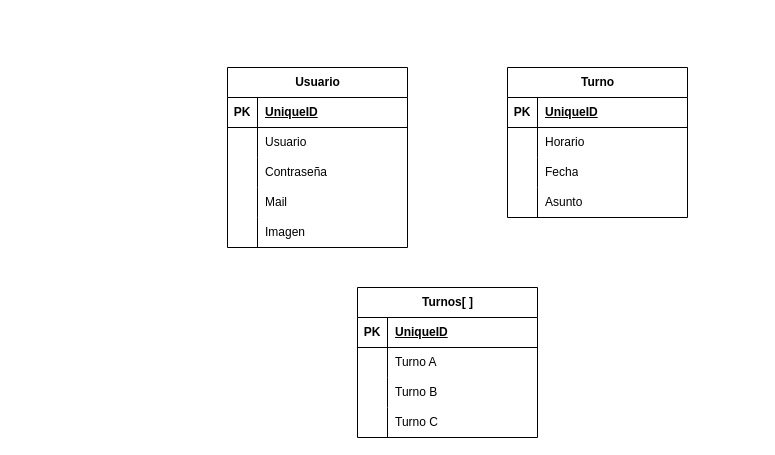
The draw.io diagram documentacion/BaseDeDatos.drawio in GabrieLZ19/SistemaTurnos, before the edit. Source tidied: cells renumbered, new cells numbered last; positions are measured from the earlier drawing's top-left corner, leaving out a move shared by most shapes. Both pictures are drawn from the tidied source at 100%, with x=0, y=0 at pixel (227, 67).
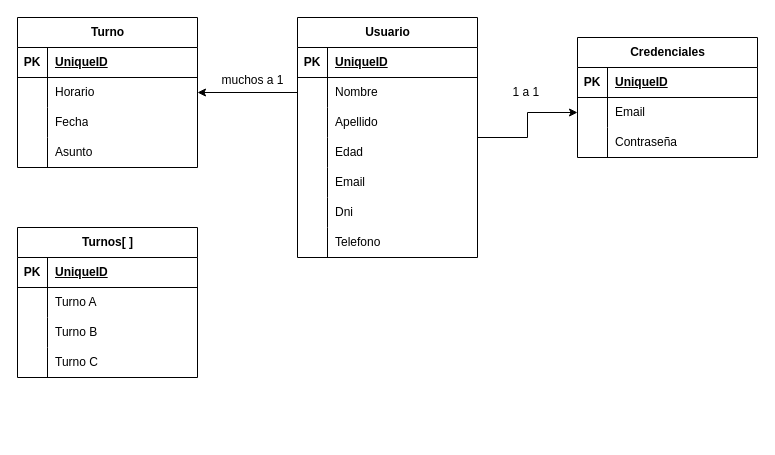
The same page after the edit.

Commit message:
Diagrama modificado

Unchanged cells that the change refers to:
```xml
<mxCell id="6" style="shape=tableRow;horizontal=0;startSize=0;swimlaneHead=0;swimlaneBody=0;fillColor=none;points=[[0,0.5],[1,0.5]];portConstraint=eastwest;top=0;left=0;right=0;bottom=0;" parent="2" vertex="1">
  <mxGeometry y="60" width="180" height="30" as="geometry" />
</mxCell>
<mxCell id="9" style="shape=tableRow;horizontal=0;startSize=0;swimlaneHead=0;swimlaneBody=0;fillColor=none;top=0;left=0;right=0;bottom=0;" parent="2" vertex="1">
  <mxGeometry y="90" width="180" height="30" as="geometry" />
</mxCell>
<mxCell id="12" style="shape=tableRow;horizontal=0;startSize=0;swimlaneHead=0;swimlaneBody=0;fillColor=none;top=0;left=0;right=0;bottom=0;" parent="2" vertex="1">
  <mxGeometry y="120" width="180" height="30" as="geometry" />
</mxCell>
<mxCell id="15" style="shape=tableRow;horizontal=0;startSize=0;swimlaneHead=0;swimlaneBody=0;fillColor=none;top=0;left=0;right=0;bottom=0;" parent="2" vertex="1">
  <mxGeometry y="150" width="180" height="30" as="geometry" />
</mxCell>
```

Change to the diagram source:
```diff
@@
+    <mxCell id="44" style="edgeStyle=orthogonalEdgeStyle;rounded=0;jettySize=auto;html=1;entryX=0;entryY=0.5;entryDx=0;entryDy=0;" parent="1" edge="1" source="2" target="56">
+      <mxGeometry relative="1" as="geometry" />
+    </mxCell>
     <mxCell id="2" value="Usuario" style="shape=table;startSize=30;childLayout=tableLayout;rowLines=0;fontStyle=1;align=center;html=1;" parent="1" vertex="1">
-      <mxGeometry width="180" height="180" as="geometry" />
+      <mxGeometry x="70" y="-50" width="180" height="240" as="geometry" />
     </mxCell>
@@
-    <mxCell id="8" value="Usuario" style="shape=partialRectangle;fillColor=none;top=0;left=0;bottom=0;right=0;align=left;spacingLeft=6;overflow=hidden;whiteSpace=wrap;html=1;" parent="6" vertex="1">
+    <mxCell id="8" value="Nombre" style="shape=partialRectangle;fillColor=none;top=0;left=0;bottom=0;right=0;align=left;spacingLeft=6;overflow=hidden;whiteSpace=wrap;html=1;" parent="6" vertex="1">
       <mxGeometry x="30" width="150" height="30" as="geometry" />
     </mxCell>
@@
-    <mxCell id="11" value="Contraseña" style="shape=partialRectangle;fillColor=none;top=0;left=0;bottom=0;right=0;align=left;spacingLeft=6;overflow=hidden;whiteSpace=wrap;html=1;" parent="9" vertex="1">
+    <mxCell id="11" value="Apellido" style="shape=partialRectangle;fillColor=none;top=0;left=0;bottom=0;right=0;align=left;spacingLeft=6;overflow=hidden;whiteSpace=wrap;html=1;" parent="9" vertex="1">
       <mxGeometry x="30" width="150" height="30" as="geometry" />
     </mxCell>
@@
-    <mxCell id="14" value="Mail" style="shape=partialRectangle;fillColor=none;top=0;left=0;bottom=0;right=0;align=left;spacingLeft=6;overflow=hidden;whiteSpace=wrap;html=1;" parent="12" vertex="1">
+    <mxCell id="14" value="Edad" style="shape=partialRectangle;fillColor=none;top=0;left=0;bottom=0;right=0;align=left;spacingLeft=6;overflow=hidden;whiteSpace=wrap;html=1;" parent="12" vertex="1">
       <mxGeometry x="30" width="150" height="30" as="geometry" />
     </mxCell>
@@
-    <mxCell id="17" value="Imagen" style="shape=partialRectangle;fillColor=none;top=0;left=0;bottom=0;right=0;align=left;spacingLeft=6;overflow=hidden;whiteSpace=wrap;html=1;" parent="15" vertex="1">
+    <mxCell id="17" value="Email" style="shape=partialRectangle;fillColor=none;top=0;left=0;bottom=0;right=0;align=left;spacingLeft=6;overflow=hidden;whiteSpace=wrap;html=1;" parent="15" vertex="1">
       <mxGeometry x="30" width="150" height="30" as="geometry" />
     </mxCell>
+    <mxCell id="45" style="shape=tableRow;horizontal=0;startSize=0;swimlaneHead=0;swimlaneBody=0;fillColor=none;top=0;left=0;right=0;bottom=0;" parent="2" vertex="1">
+      <mxGeometry y="180" width="180" height="30" as="geometry" />
+    </mxCell>
+    <mxCell id="46" style="shape=partialRectangle;fillColor=none;top=0;left=0;bottom=0;right=0;overflow=hidden;whiteSpace=wrap;html=1;" parent="45" vertex="1">
+      <mxGeometry width="30" height="30" as="geometry" />
+    </mxCell>
+    <mxCell id="47" value="Dni" style="shape=partialRectangle;fillColor=none;top=0;left=0;bottom=0;right=0;align=left;spacingLeft=6;overflow=hidden;whiteSpace=wrap;html=1;" parent="45" vertex="1">
+      <mxGeometry x="30" width="150" height="30" as="geometry" />
+    </mxCell>
+    <mxCell id="48" style="shape=tableRow;horizontal=0;startSize=0;swimlaneHead=0;swimlaneBody=0;fillColor=none;top=0;left=0;right=0;bottom=0;" parent="2" vertex="1">
+      <mxGeometry y="210" width="180" height="30" as="geometry" />
+    </mxCell>
+    <mxCell id="49" style="shape=partialRectangle;fillColor=none;top=0;left=0;bottom=0;right=0;overflow=hidden;whiteSpace=wrap;html=1;" parent="48" vertex="1">
+      <mxGeometry width="30" height="30" as="geometry" />
+    </mxCell>
+    <mxCell id="50" value="Telefono" style="shape=partialRectangle;fillColor=none;top=0;left=0;bottom=0;right=0;align=left;spacingLeft=6;overflow=hidden;whiteSpace=wrap;html=1;" parent="48" vertex="1">
+      <mxGeometry x="30" width="150" height="30" as="geometry" />
+    </mxCell>
+    <mxCell id="51" style="edgeStyle=orthogonalEdgeStyle;rounded=0;jettySize=auto;html=1;entryX=0;entryY=0.5;entryDx=0;entryDy=0;startArrow=classic;startFill=1;endArrow=none;endFill=0;" parent="1" edge="1" source="18" target="6">
+      <mxGeometry relative="1" as="geometry" />
+    </mxCell>
     <mxCell id="18" value="Turno" style="shape=table;startSize=30;childLayout=tableLayout;rowLines=0;fontStyle=1;align=center;html=1;" parent="1" vertex="1">
-      <mxGeometry x="280" width="180" height="150" as="geometry" />
+      <mxGeometry x="-210" y="-50" width="180" height="150" as="geometry" />
     </mxCell>
@@
     <mxCell id="31" value="Turnos[ ]" style="shape=table;startSize=30;childLayout=tableLayout;rowLines=0;fontStyle=1;align=center;html=1;" parent="1" vertex="1">
-      <mxGeometry x="130" y="220" width="180" height="150" as="geometry" />
+      <mxGeometry x="-210" y="160" width="180" height="150" as="geometry" />
     </mxCell>
@@
+    <mxCell id="52" value="Credenciales" style="shape=table;startSize=30;childLayout=tableLayout;rowLines=0;fontStyle=1;align=center;html=1;" parent="1" vertex="1">
+      <mxGeometry x="350" y="-30" width="180" height="120" as="geometry" />
+    </mxCell>
+    <mxCell id="53" style="shape=tableRow;horizontal=0;startSize=0;swimlaneHead=0;swimlaneBody=0;fillColor=none;top=0;left=0;right=0;bottom=1;" parent="52" vertex="1">
+      <mxGeometry y="30" width="180" height="30" as="geometry" />
+    </mxCell>
+    <mxCell id="54" value="PK" style="shape=partialRectangle;fillColor=none;top=0;left=0;bottom=0;right=0;fontStyle=1;overflow=hidden;whiteSpace=wrap;html=1;" parent="53" vertex="1">
+      <mxGeometry width="30" height="30" as="geometry" />
+    </mxCell>
+    <mxCell id="55" value="UniqueID" style="shape=partialRectangle;fillColor=none;top=0;left=0;bottom=0;right=0;align=left;spacingLeft=6;fontStyle=5;overflow=hidden;whiteSpace=wrap;html=1;" parent="53" vertex="1">
+      <mxGeometry x="30" width="150" height="30" as="geometry" />
+    </mxCell>
+    <mxCell id="56" style="shape=tableRow;horizontal=0;startSize=0;swimlaneHead=0;swimlaneBody=0;fillColor=none;points=[[0,0.5],[1,0.5]];portConstraint=eastwest;top=0;left=0;right=0;bottom=0;" parent="52" vertex="1">
+      <mxGeometry y="60" width="180" height="30" as="geometry" />
+    </mxCell>
+    <mxCell id="57" style="shape=partialRectangle;fillColor=none;top=0;left=0;bottom=0;right=0;overflow=hidden;whiteSpace=wrap;html=1;" parent="56" vertex="1">
+      <mxGeometry width="30" height="30" as="geometry" />
+    </mxCell>
+    <mxCell id="58" value="Email" style="shape=partialRectangle;fillColor=none;top=0;left=0;bottom=0;right=0;align=left;spacingLeft=6;overflow=hidden;whiteSpace=wrap;html=1;" parent="56" vertex="1">
+      <mxGeometry x="30" width="150" height="30" as="geometry" />
+    </mxCell>
+    <mxCell id="59" style="shape=tableRow;horizontal=0;startSize=0;swimlaneHead=0;swimlaneBody=0;fillColor=none;top=0;left=0;right=0;bottom=0;" parent="52" vertex="1">
+      <mxGeometry y="90" width="180" height="30" as="geometry" />
+    </mxCell>
+    <mxCell id="60" style="shape=partialRectangle;fillColor=none;top=0;left=0;bottom=0;right=0;overflow=hidden;whiteSpace=wrap;html=1;" parent="59" vertex="1">
+      <mxGeometry width="30" height="30" as="geometry" />
+    </mxCell>
+    <mxCell id="61" value="Contraseña" style="shape=partialRectangle;fillColor=none;top=0;left=0;bottom=0;right=0;align=left;spacingLeft=6;overflow=hidden;whiteSpace=wrap;html=1;" parent="59" vertex="1">
+      <mxGeometry x="30" width="150" height="30" as="geometry" />
+    </mxCell>
+    <mxCell id="62" value="1 a 1&amp;nbsp;" style="text;html=1;align=center;verticalAlign=middle;strokeColor=none;fillColor=none;" parent="1" vertex="1">
+      <mxGeometry x="275" y="10" width="50" height="30" as="geometry" />
+    </mxCell>
+    <mxCell id="63" value="muchos a 1" style="text;html=1;align=center;verticalAlign=middle;strokeColor=none;fillColor=none;" parent="1" vertex="1">
+      <mxGeometry x="-20" y="-2" width="90" height="30" as="geometry" />
+    </mxCell>
```
